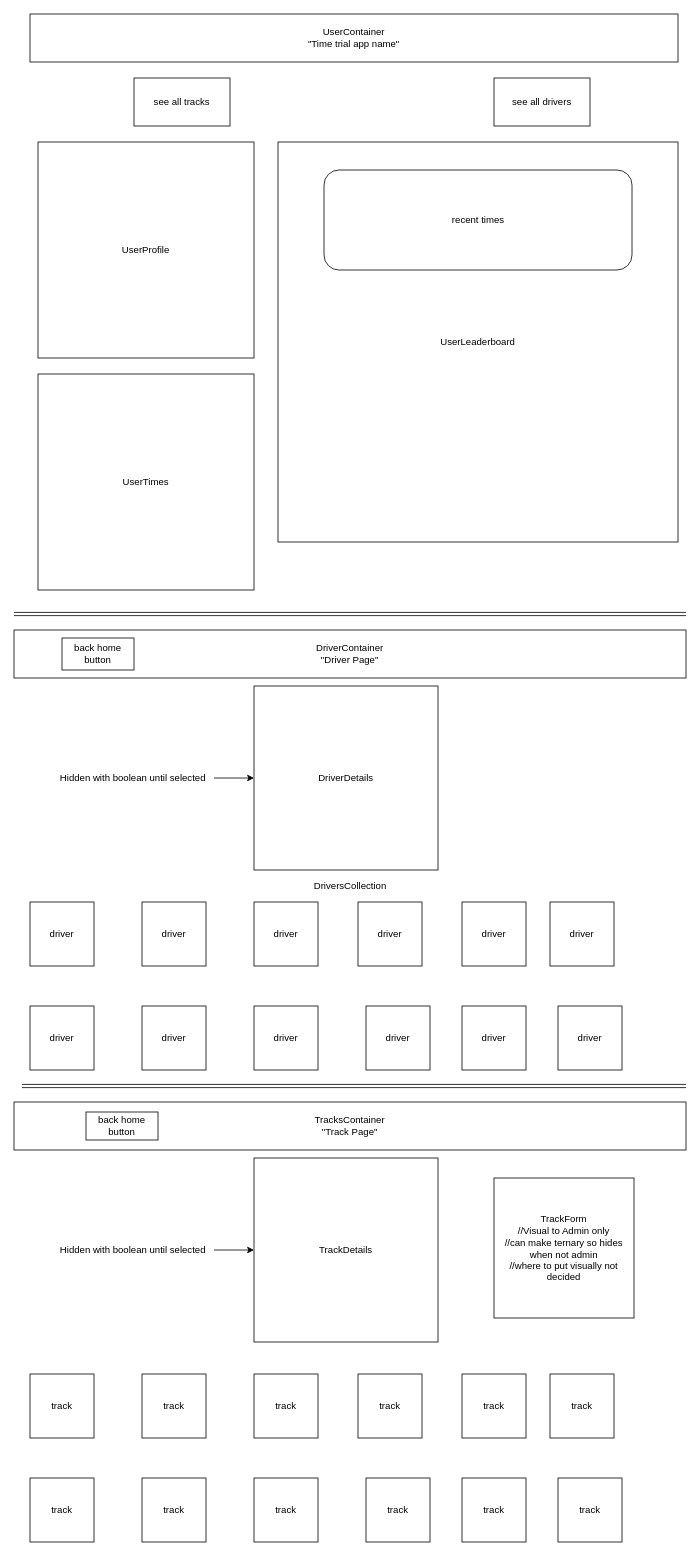
The draw.io diagram src/components/WireframeUI.drawio in Makomanix/phase-4-frontend-project, before the edit. Source tidied: cells renumbered, new cells numbered last; positions are measured from the earlier drawing's top-left corner, leaving out a move shared by most shapes. Both pictures are drawn from the tidied source at 80%, with x=0, y=0 at pixel (14, 14).
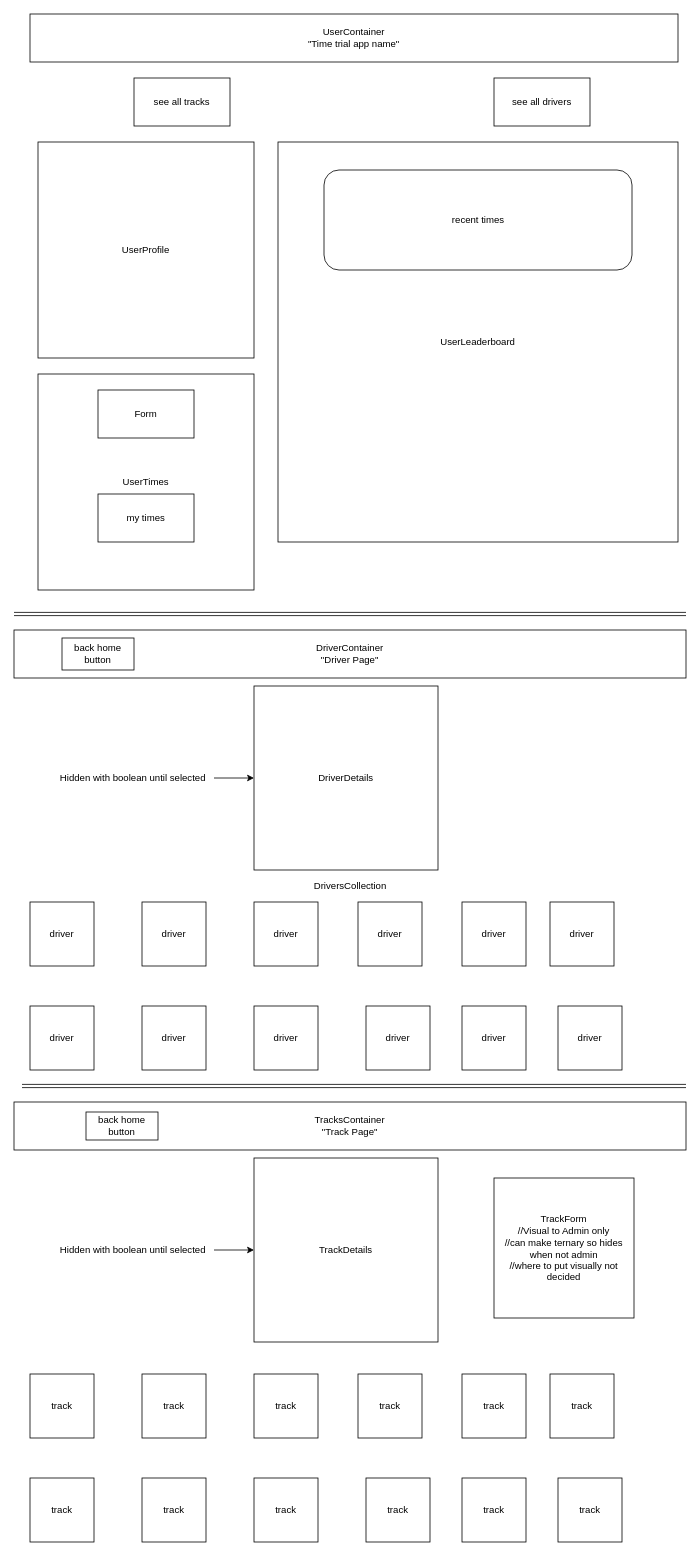
The same page after the edit.

Change to the diagram source:
```diff
@@
+    <mxCell id="47" value="Form" style="rounded=0;whiteSpace=wrap;html=1;" parent="1" vertex="1">
+      <mxGeometry x="105" y="470" width="120" height="60" as="geometry" />
+    </mxCell>
+    <mxCell id="48" value="my times" style="rounded=0;whiteSpace=wrap;html=1;" parent="1" vertex="1">
+      <mxGeometry x="105" y="600" width="120" height="60" as="geometry" />
+    </mxCell>
```
